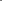
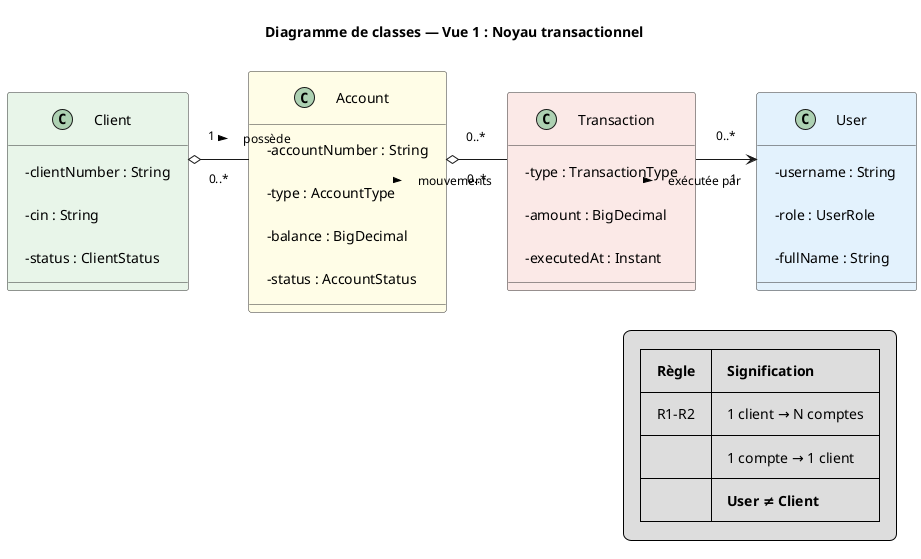
@startuml diagramme-classes
top to bottom direction
- scale 2.2 width
+ 
skinparam shadowing false
skinparam classAttributeIconSize 0
- skinparam nodesep 120
- skinparam ranksep 130
- skinparam linetype polyline
- skinparam defaultFontSize 13
- skinparam ArrowFontSize 11
- skinparam Padding 18
+ skinparam nodesep 60
+ skinparam ranksep 50
+ skinparam defaultFontSize 14
+ skinparam classFontSize 14
+ skinparam ArrowFontSize 12
+ skinparam linetype ortho
+ skinparam Padding 12
+ skinparam minClassWidth 160

- title Diagramme de classes — domaine métier
+ title Diagramme de classes — Vue 1 : Noyau transactionnel

- ' ===== Ligne 1 : noyau (4 classes, chaîne horizontale) =====
- class User {
-   - username : String
-   - role : UserRole
-   - fullName : String
+ skinparam class {
+   BackgroundColor #FAFAFA
+   BorderColor #333333
}

- class Client {
+ class Client #E8F5E9 {
  - clientNumber : String
  - cin : String
  - status : ClientStatus
}

- class Account {
+ class Account #FFFDE7 {
  - accountNumber : String
  - type : AccountType
  - balance : BigDecimal
  - status : AccountStatus
}

- class Transaction {
+ class Transaction #FBE9E7 {
  - type : TransactionType
  - amount : BigDecimal
  - executedAt : Instant
}

- ' ===== Ligne 2 : extensions (5 classes, chaîne horizontale) =====
- class BillProvider {
-   - code : String
-   - name : String
+ class User #E3F2FD {
+   - username : String
+   - role : UserRole
+   - fullName : String
}

- class BillPayment {
-   - clientReference : String
-   - amount : BigDecimal
- }
- 
- class CheckbookOrder {
-   - orderNumber : String
-   - status : CheckbookOrderStatus
-   - sheetCount : CheckbookSheetCount
- }
- 
- class Notification {
-   - type : NotificationType
-   - title : String
-   - read : boolean
- }
- 
- class AuditLog {
-   - action : String
-   - entityType : String
-   - performedAt : Instant
- }
- 
- ' Positionnement en grille 2 x 5 (très aéré)
- User -[hidden]right- Client
+ ' Une seule ligne horizontale
Client -[hidden]right- Account
Account -[hidden]right- Transaction
+ Transaction -[hidden]right- User

- BillProvider -[hidden]right- BillPayment
- BillPayment -[hidden]right- CheckbookOrder
- CheckbookOrder -[hidden]right- Notification
- Notification -[hidden]right- AuditLog
+ Client "1" o-- "0..*" Account : possède >
+ Account "0..*" o-- "0..*" Transaction : mouvements >
+ Transaction "0..*" --> "1" User : exécutée par >

- User -[hidden]down- BillProvider
- Client -[hidden]down- BillPayment
- Account -[hidden]down- CheckbookOrder
- Transaction -[hidden]down- Notification
- 
- ' ===== Relations noyau =====
- Client "1" o-- "0..*" Account : possède
- Account "0..1" o-- "0..*" Transaction : source
- Account "0..1" o-- "0..*" Transaction : destination
- Transaction "0..*" --> "1" User : executedBy
- 
- ' ===== Relations extensions (liens surtout verticaux) =====
- Account "1" o-- "0..*" BillPayment : paie via
- BillProvider "1" o-- "0..*" BillPayment
- BillPayment "1" --> "1" Transaction : génère
- 
- Client "1" o-- "0..*" CheckbookOrder : demande
- Account "1" o-- "0..*" CheckbookOrder : commande
- User "1" o-- "0..*" CheckbookOrder : traite
- 
- Client "1" o-- "0..*" Notification : reçoit
- User "1" o-- "0..*" Notification : reçoit
- 
- User "1" o-- "0..*" AuditLog : effectue
+ legend right
+   |= Règle |= Signification |
+   | R1–R2 | 1 client → N comptes |
+   | | 1 compte → 1 client |
+   | | **User ≠ Client** |
+ endlegend

@enduml
